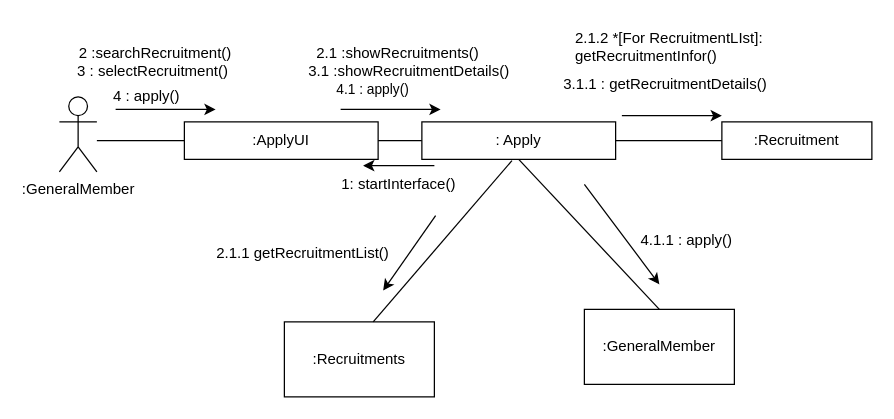
This is page "지원" (3 of 6) of B811216_황태환/황태환_클래스다이어그램+ucd 추가.drawio from FinancialWorld16/SE_TEAM, a draw.io file, before an edit. Source tidied: cells renumbered, new cells numbered last; positions are measured from the earlier drawing's top-left corner, leaving out a move shared by most shapes. Both pictures are drawn from the tidied source at 125%, with x=0, y=0 at pixel (59, 21).
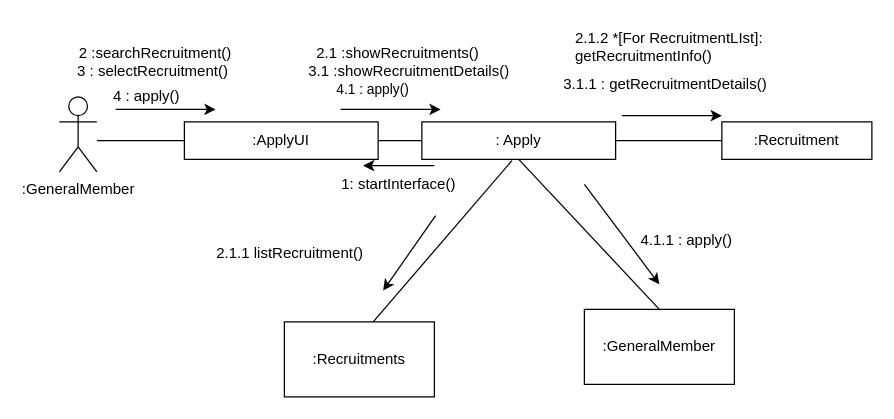
The same diagram, later.

What changed in the source:
```diff
@@
-    <mxCell id="17" value="2.1.2 *[For RecruitmentLIst]: getRecruitmentInfor()" style="text;strokeColor=none;fillColor=none;align=left;verticalAlign=middle;spacingLeft=4;spacingRight=4;overflow=hidden;whiteSpace=wrap;html=1;" parent="1" vertex="1">
+    <mxCell id="17" value="2.1.2 *[For RecruitmentLIst]: getRecruitmentInfo()" style="text;strokeColor=none;fillColor=none;align=left;verticalAlign=middle;spacingLeft=4;spacingRight=4;overflow=hidden;whiteSpace=wrap;html=1;" parent="1" vertex="1">
       <mxGeometry x="407" width="170" height="40" as="geometry" />
     </mxCell>
@@
-    <mxCell id="26" value="2.1.1 getRecruitmentList()" style="text;strokeColor=none;fillColor=none;align=left;verticalAlign=middle;spacingLeft=4;spacingRight=4;overflow=hidden;whiteSpace=wrap;html=1;" parent="1" vertex="1">
+    <mxCell id="26" value="2.1.1 listRecruitment()" style="text;strokeColor=none;fillColor=none;align=left;verticalAlign=middle;spacingLeft=4;spacingRight=4;overflow=hidden;whiteSpace=wrap;html=1;" parent="1" vertex="1">
       <mxGeometry x="120" y="170" width="150" height="30" as="geometry" />
     </mxCell>
```
